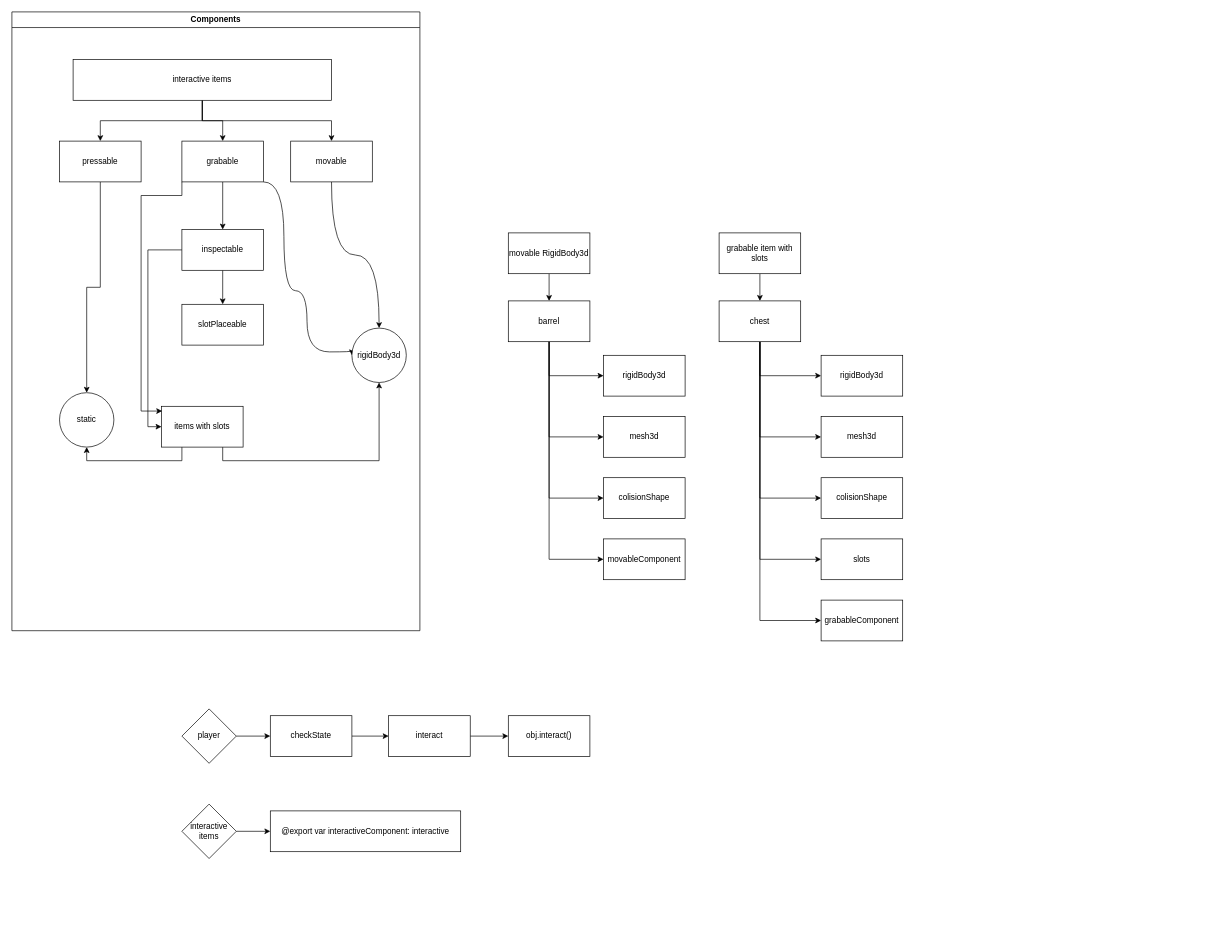
This is ERS/ers.drawio from gillenormand/drawio, a draw.io file, before an edit. Source tidied: cells renumbered, new cells numbered last; positions are measured from the earlier drawing's top-left corner, leaving out a move shared by most shapes. Both pictures are drawn from the tidied source at 68%, with x=0, y=0 at pixel (12, 12).
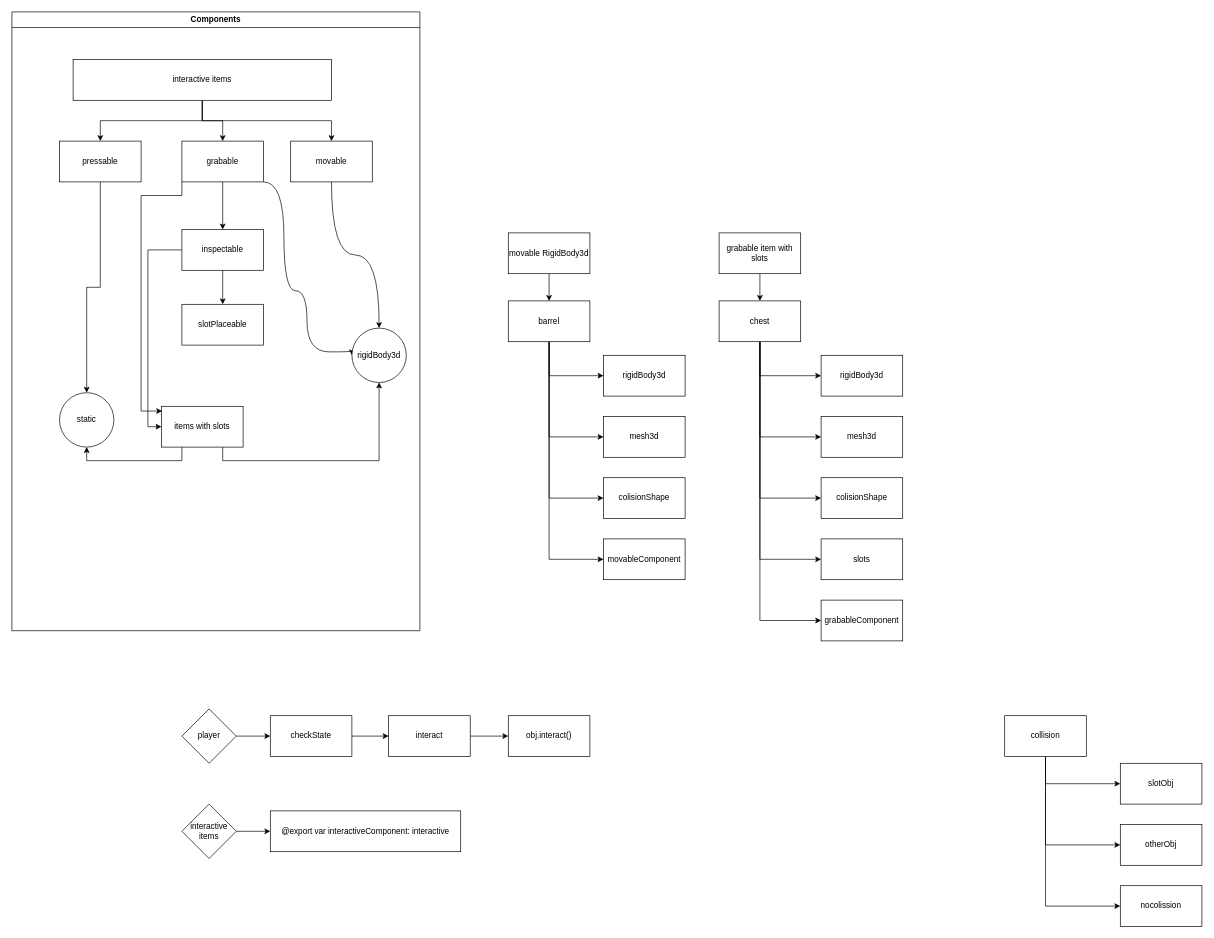
Above is the later version.

The edit, as a diff of the source:
```diff
@@
+    <mxCell id="58" style="edgeStyle=orthogonalEdgeStyle;rounded=0;jettySize=auto;html=1;exitX=0.5;exitY=1;exitDx=0;exitDy=0;entryX=0;entryY=0.5;entryDx=0;entryDy=0;" parent="1" edge="1" source="61" target="62">
+      <mxGeometry relative="1" as="geometry" />
+    </mxCell>
+    <mxCell id="59" style="edgeStyle=orthogonalEdgeStyle;rounded=0;jettySize=auto;html=1;exitX=0.5;exitY=1;exitDx=0;exitDy=0;entryX=0;entryY=0.5;entryDx=0;entryDy=0;" parent="1" edge="1" source="61" target="63">
+      <mxGeometry relative="1" as="geometry" />
+    </mxCell>
+    <mxCell id="60" style="edgeStyle=orthogonalEdgeStyle;rounded=0;jettySize=auto;html=1;exitX=0.5;exitY=1;exitDx=0;exitDy=0;entryX=0;entryY=0.5;entryDx=0;entryDy=0;" parent="1" edge="1" source="61" target="64">
+      <mxGeometry relative="1" as="geometry" />
+    </mxCell>
+    <mxCell id="61" value="collision" style="rounded=0;whiteSpace=wrap;html=1;" parent="1" vertex="1">
+      <mxGeometry x="1460" y="1035" width="120" height="60" as="geometry" />
+    </mxCell>
+    <mxCell id="62" value="slotObj" style="rounded=0;whiteSpace=wrap;html=1;" parent="1" vertex="1">
+      <mxGeometry x="1630" y="1105" width="120" height="60" as="geometry" />
+    </mxCell>
+    <mxCell id="63" value="otherObj" style="rounded=0;whiteSpace=wrap;html=1;" parent="1" vertex="1">
+      <mxGeometry x="1630" y="1195" width="120" height="60" as="geometry" />
+    </mxCell>
+    <mxCell id="64" value="nocolission" style="rounded=0;whiteSpace=wrap;html=1;" parent="1" vertex="1">
+      <mxGeometry x="1630" y="1285" width="120" height="60" as="geometry" />
+    </mxCell>
```
